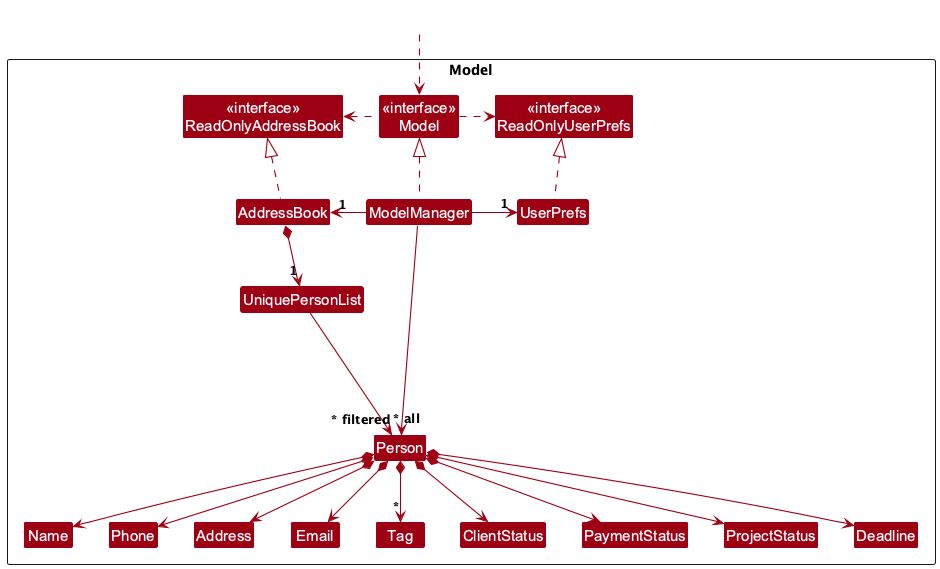
This is docs/images/ModelClassDiagram.png from nus-cs2103-AY2425S1/tp, a PlantUML export, as it was before one commit.
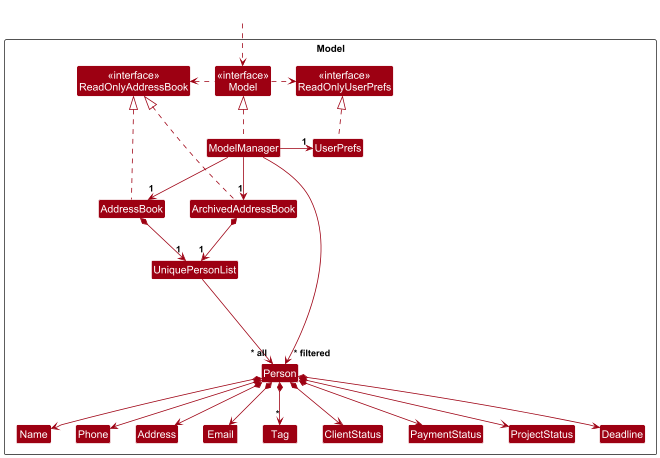
The same file after the commit.

Commit message:
Update storage and model with archived book

What changed in the source:
```diff
@@ -9,6 +9,7 @@
     Class "<<interface>>\nReadOnlyUserPrefs" as ReadOnlyUserPrefs
     Class "<<interface>>\nModel" as Model
     Class AddressBook
+    Class ArchivedAddressBook
     Class ModelManager
     Class UserPrefs
 
@@ -32,15 +33,18 @@
 HiddenOutside ..> Model
 
 AddressBook .up.|> ReadOnlyAddressBook
+ArchivedAddressBook .up.|> ReadOnlyAddressBook
 
 ModelManager .up.|> Model
 Model .right.> ReadOnlyUserPrefs
 Model .left.> ReadOnlyAddressBook
-ModelManager -left-> "1" AddressBook
+ModelManager -down-> "1" AddressBook
+ModelManager -down-> "1" ArchivedAddressBook
 ModelManager -right-> "1" UserPrefs
 UserPrefs .up.|> ReadOnlyUserPrefs
 
 AddressBook *--> "1" UniquePersonList
+ArchivedAddressBook *--> "1" UniquePersonList
 UniquePersonList --> "~* all" Person
 
 Person *--> Name
```
